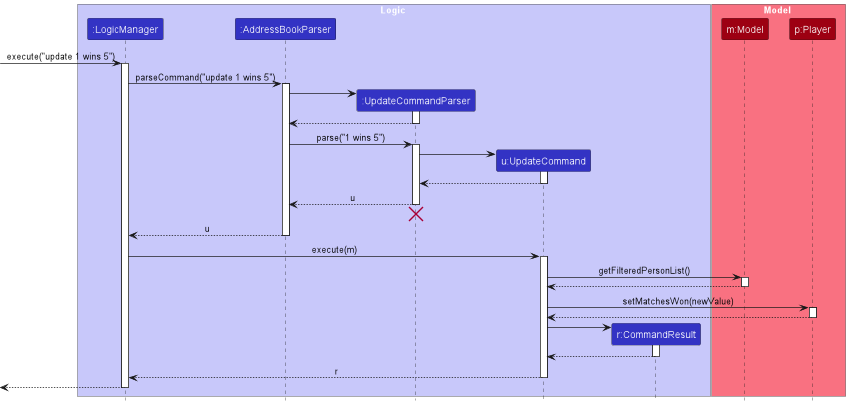
Earlier version of the PlantUML export docs/images/UpdateSequenceDiagram.png (AY2526S2-CS2103-F08-2/tp). Its diagram source:
```plantuml
@startuml
!include style.puml
skinparam ArrowFontStyle plain

box Logic LOGIC_COLOR_T1
participant ":LogicManager" as LogicManager LOGIC_COLOR
participant ":AddressBookParser" as AddressBookParser LOGIC_COLOR
participant ":UpdateCommandParser" as UpdateCommandParser LOGIC_COLOR
participant "u:UpdateCommand" as UpdateCommand LOGIC_COLOR
participant "r:CommandResult" as CommandResult LOGIC_COLOR
end box

box Model MODEL_COLOR_T1
participant "m:Model" as Model MODEL_COLOR
participant "p:Player" as Player MODEL_COLOR
end box

[-> LogicManager : execute("update 1 wins 5")
activate LogicManager

LogicManager -> AddressBookParser : parseCommand("update 1 wins 5")
activate AddressBookParser

create UpdateCommandParser
AddressBookParser -> UpdateCommandParser
activate UpdateCommandParser

UpdateCommandParser --> AddressBookParser
deactivate UpdateCommandParser

AddressBookParser -> UpdateCommandParser : parse("1 wins 5")
activate UpdateCommandParser

create UpdateCommand
UpdateCommandParser -> UpdateCommand
activate UpdateCommand

UpdateCommand --> UpdateCommandParser
deactivate UpdateCommand

UpdateCommandParser --> AddressBookParser : u
deactivate UpdateCommandParser
UpdateCommandParser -[hidden]-> AddressBookParser
destroy UpdateCommandParser

AddressBookParser --> LogicManager : u
deactivate AddressBookParser

LogicManager -> UpdateCommand : execute(m)
activate UpdateCommand

UpdateCommand -> Model : getFilteredPersonList()
activate Model
Model --> UpdateCommand
deactivate Model

UpdateCommand -> Player : setMatchesWon(newValue)
activate Player
Player --> UpdateCommand
deactivate Player

create CommandResult
UpdateCommand -> CommandResult
activate CommandResult
CommandResult --> UpdateCommand
deactivate CommandResult

UpdateCommand --> LogicManager : r
deactivate UpdateCommand

[<-- LogicManager
deactivate LogicManager
@enduml
```
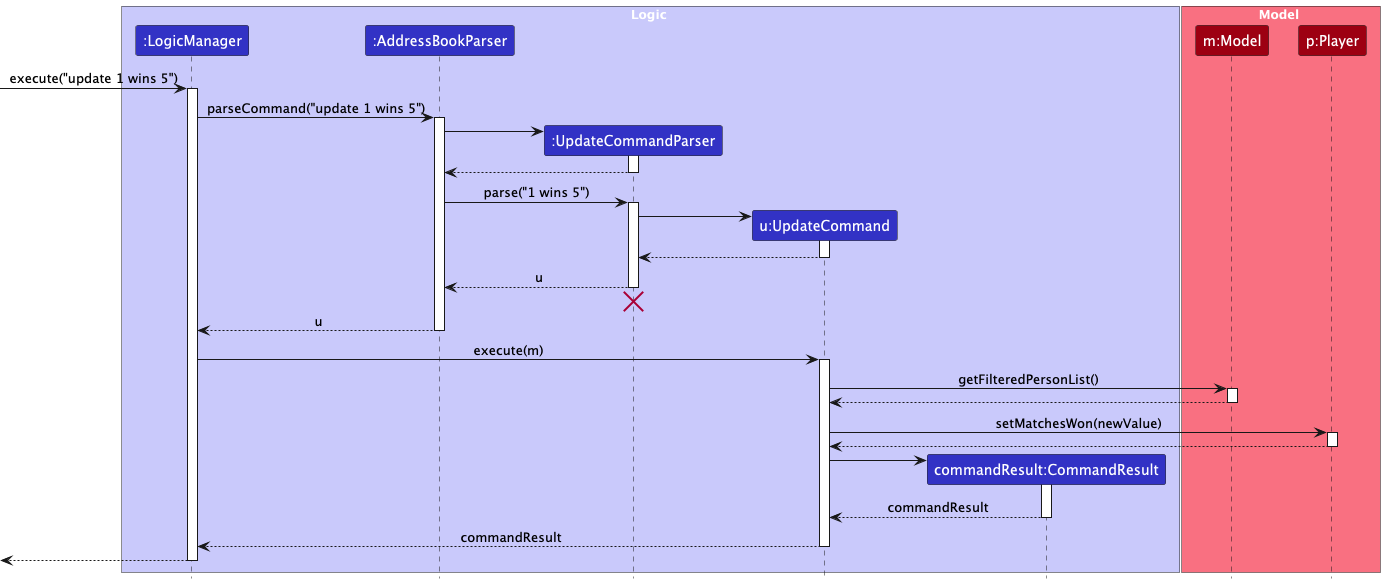
Above is the later version.

Diff of the diagram source:
```diff
@@ -7,7 +7,7 @@
 participant ":AddressBookParser" as AddressBookParser LOGIC_COLOR
 participant ":UpdateCommandParser" as UpdateCommandParser LOGIC_COLOR
 participant "u:UpdateCommand" as UpdateCommand LOGIC_COLOR
-participant "r:CommandResult" as CommandResult LOGIC_COLOR
+participant "commandResult:CommandResult" as CommandResult LOGIC_COLOR
 end box
 
 box Model MODEL_COLOR_T1
@@ -62,10 +62,10 @@
 create CommandResult
 UpdateCommand -> CommandResult
 activate CommandResult
-CommandResult --> UpdateCommand
+CommandResult --> UpdateCommand : commandResult
 deactivate CommandResult
 
-UpdateCommand --> LogicManager : r
+UpdateCommand --> LogicManager : commandResult
 deactivate UpdateCommand
 
 [<-- LogicManager
```
